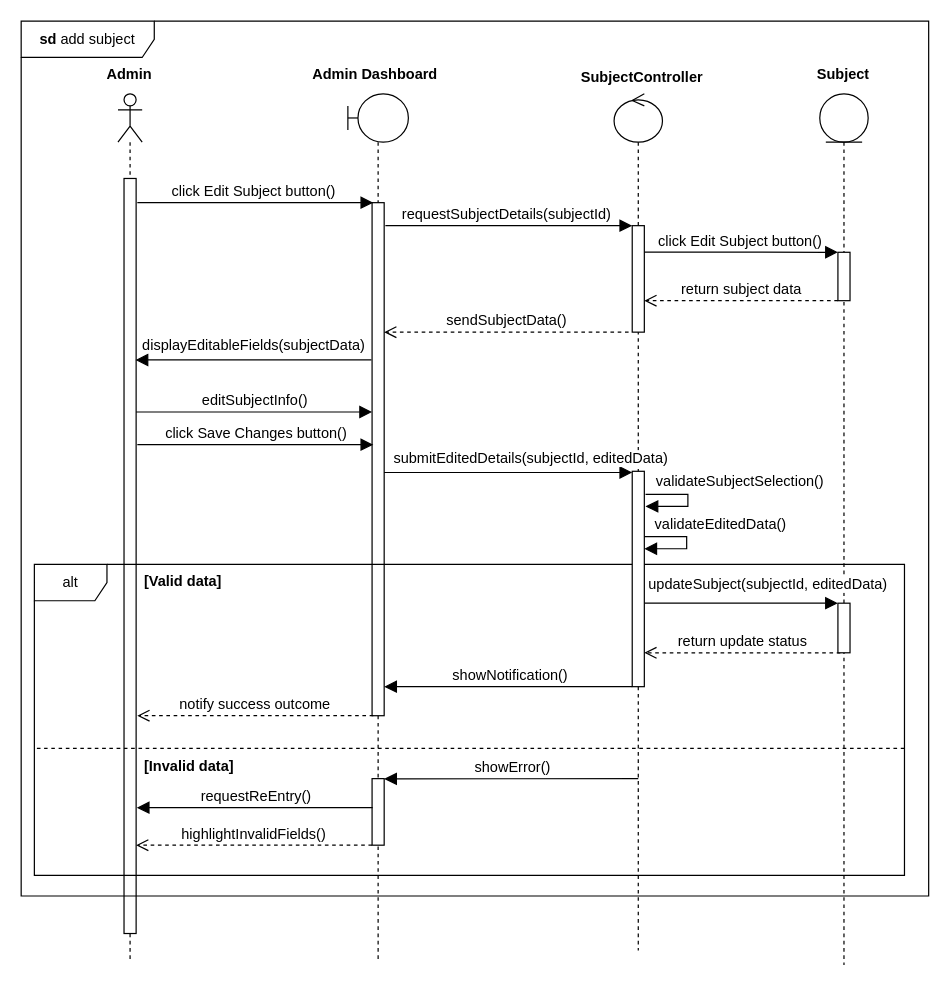
Earlier version of the draw.io diagram page "Chỉnh sửa môn học" (5 of 8) of Biểu đồ không có tiêu đề.drawio (qmy03/Dataset). Source tidied: cells renumbered, new cells numbered last; positions are measured from the earlier drawing's top-left corner, leaving out a move shared by most shapes. Both pictures are drawn from the tidied source at 121%, with x=0, y=0 at pixel (21, 21).
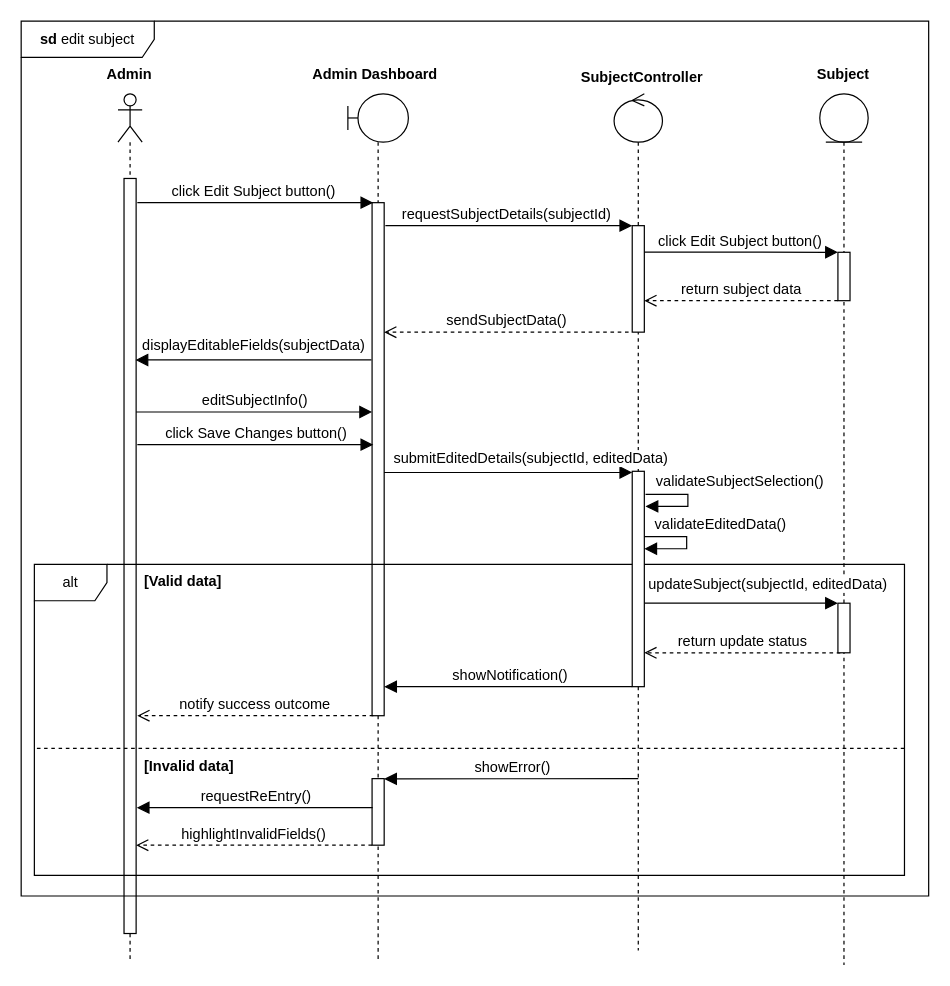
After the change.

Diff of the diagram source:
```diff
@@
-    <mxCell id="19" value="&lt;b&gt;sd&lt;/b&gt;&amp;nbsp;add subject" style="shape=umlFrame;whiteSpace=wrap;html=1;width=110;height=30;" parent="1" vertex="1">
+    <mxCell id="19" value="&lt;b&gt;sd&lt;/b&gt;&amp;nbsp;edit subject" style="shape=umlFrame;whiteSpace=wrap;html=1;width=110;height=30;" parent="1" vertex="1">
       <mxGeometry width="750" height="723" as="geometry" />
     </mxCell>
```
